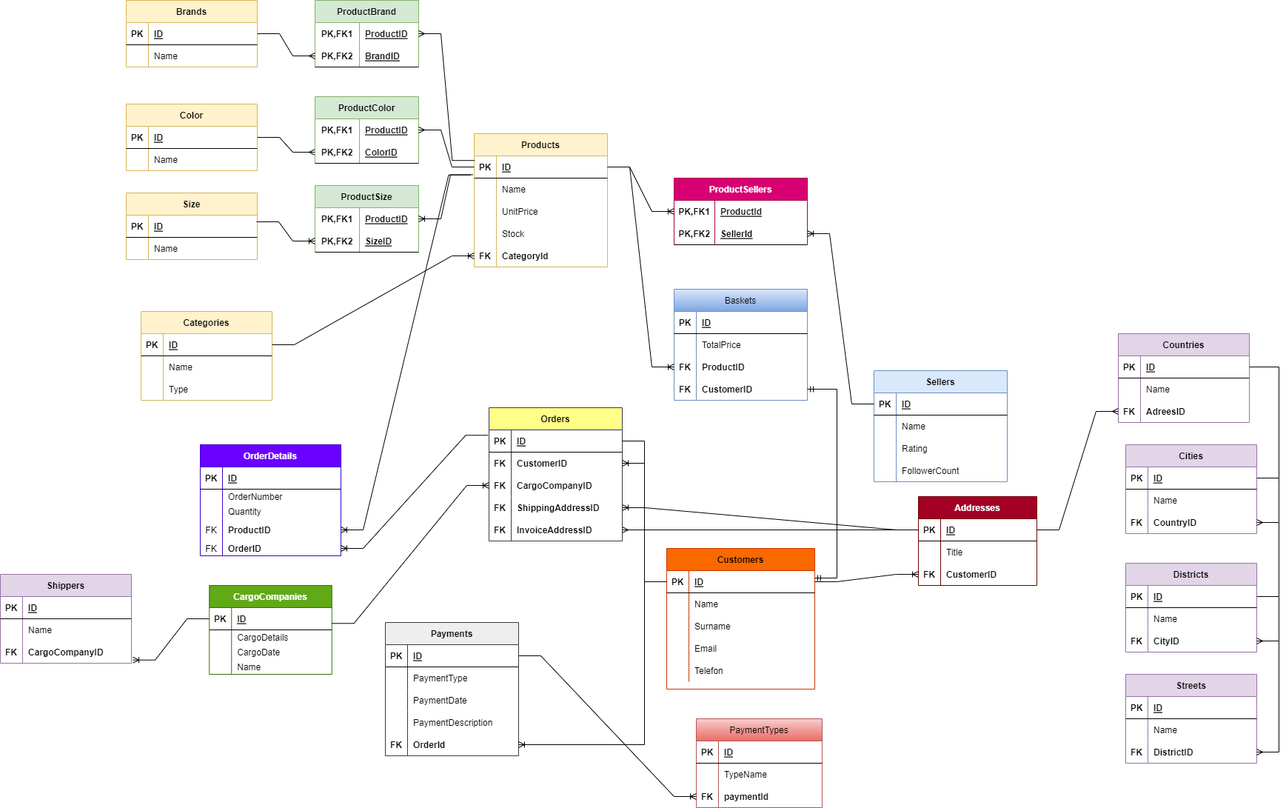
The draw.io diagram ERDiyagramiOdevi.drawio.png in cigdemtok/AkademiEgitimlerim, before a commit. Source tidied: cells renumbered, new cells last; positions are measured from the earlier drawing's top-left corner, leaving out a move shared by most shapes.
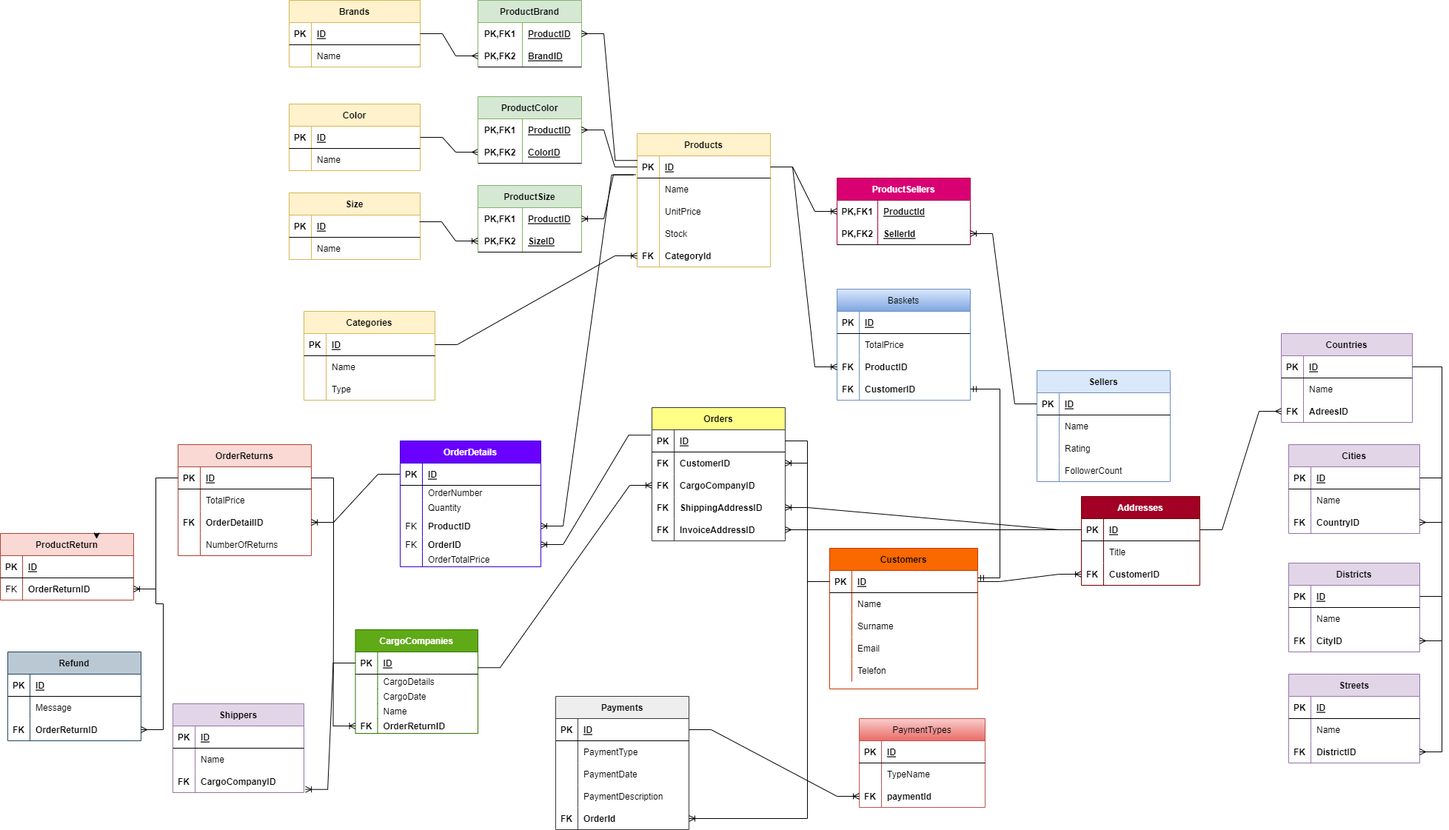
After the commit.

Change to the diagram source:
```diff
@@ -228,7 +228,7 @@
       <mxGeometry relative="1" as="geometry" />
     </mxCell>
     <mxCell id="77" value="CargoCompanies" style="shape=table;startSize=30;rowLines=0;fontStyle=1;align=center;fillColor=#60a917;fontColor=#ffffff;strokeColor=#2D7600;" parent="1" vertex="1">
-      <mxGeometry x="282.2" y="790" width="165.5" height="120" as="geometry" />
+      <mxGeometry x="259.5" y="850" width="165.5" height="140" as="geometry" />
     </mxCell>
     <mxCell id="78" style="shape=tableRow;horizontal=0;startSize=0;swimlaneHead=0;swimlaneBody=0;fillColor=none;points=[[0,0.5],[1,0.5]];portConstraint=eastwest;top=0;left=0;right=0;bottom=1;" parent="77" vertex="1">
       <mxGeometry y="30" width="165.5" height="30" as="geometry" />
@@ -266,6 +266,15 @@
     <mxCell id="89" value="Name" style="shape=partialRectangle;fillColor=none;top=0;left=0;bottom=0;right=0;align=left;spacingLeft=6;overflow=hidden;" parent="87" vertex="1">
       <mxGeometry x="30" width="135.5" height="20" as="geometry" />
     </mxCell>
+    <mxCell id="275" style="shape=tableRow;horizontal=0;startSize=0;swimlaneHead=0;swimlaneBody=0;fillColor=none;points=[[0,0.5],[1,0.5]];portConstraint=eastwest;top=0;left=0;right=0;bottom=0;" parent="77" vertex="1">
+      <mxGeometry y="120" width="165.5" height="20" as="geometry" />
+    </mxCell>
+    <mxCell id="276" value="FK" style="shape=partialRectangle;fillColor=none;top=0;left=0;bottom=0;right=0;overflow=hidden;fontStyle=1;" parent="275" vertex="1">
+      <mxGeometry width="30" height="20" as="geometry" />
+    </mxCell>
+    <mxCell id="277" value="OrderReturnID" style="shape=partialRectangle;fillColor=none;top=0;left=0;bottom=0;right=0;align=left;spacingLeft=6;overflow=hidden;fontStyle=1;" parent="275" vertex="1">
+      <mxGeometry x="30" width="135.5" height="20" as="geometry" />
+    </mxCell>
     <mxCell id="90" value="PaymentTypes" style="shape=table;startSize=30;rowLines=0;fontStyle=0;align=center;fillColor=#f8cecc;gradientColor=#ea6b66;strokeColor=#b85450;" parent="1" vertex="1">
       <mxGeometry x="940" y="970" width="170" height="120" as="geometry" />
     </mxCell>
@@ -297,7 +306,7 @@
       <mxGeometry x="30" width="140" height="30" as="geometry" />
     </mxCell>
     <mxCell id="100" value="OrderDetails" style="shape=table;startSize=30;rowLines=0;fontStyle=1;align=center;fillColor=#6a00ff;fontColor=#ffffff;strokeColor=#3700CC;" parent="1" vertex="1">
-      <mxGeometry x="270" y="600" width="190" height="150" as="geometry" />
+      <mxGeometry x="320" y="595" width="190" height="170" as="geometry" />
     </mxCell>
     <mxCell id="101" style="shape=tableRow;horizontal=0;startSize=0;swimlaneHead=0;swimlaneBody=0;fillColor=none;points=[[0,0.5],[1,0.5]];portConstraint=eastwest;top=0;left=0;right=0;bottom=1;" parent="100" vertex="1">
       <mxGeometry y="30" width="190" height="30" as="geometry" />
@@ -344,8 +353,17 @@
     <mxCell id="115" value="OrderID" style="shape=partialRectangle;fillColor=none;top=0;left=0;bottom=0;right=0;align=left;spacingLeft=6;fontStyle=1;overflow=hidden;" parent="113" vertex="1">
       <mxGeometry x="30" width="160" height="20" as="geometry" />
     </mxCell>
+    <mxCell id="278" style="shape=tableRow;horizontal=0;startSize=0;swimlaneHead=0;swimlaneBody=0;fillColor=none;top=0;left=0;right=0;bottom=0;" parent="100" vertex="1">
+      <mxGeometry y="150" width="190" height="20" as="geometry" />
+    </mxCell>
+    <mxCell id="279" style="shape=partialRectangle;fillColor=none;top=0;left=0;bottom=0;right=0;overflow=hidden;" parent="278" vertex="1">
+      <mxGeometry width="30" height="20" as="geometry" />
+    </mxCell>
+    <mxCell id="280" value="OrderTotalPrice" style="shape=partialRectangle;fillColor=none;top=0;left=0;bottom=0;right=0;align=left;spacingLeft=6;overflow=hidden;" parent="278" vertex="1">
+      <mxGeometry x="30" width="160" height="20" as="geometry" />
+    </mxCell>
     <mxCell id="116" value="Payments" style="shape=table;startSize=30;rowLines=0;fontStyle=1;align=center;fillColor=#eeeeee;strokeColor=#36393d;" parent="1" vertex="1">
-      <mxGeometry x="520" y="840" width="180" height="180" as="geometry" />
+      <mxGeometry x="530" y="940" width="180" height="180" as="geometry" />
     </mxCell>
     <mxCell id="117" style="shape=tableRow;horizontal=0;startSize=0;swimlaneHead=0;swimlaneBody=0;fillColor=none;points=[[0,0.5],[1,0.5]];portConstraint=eastwest;top=0;left=0;right=0;bottom=1;" parent="116" vertex="1">
       <mxGeometry y="30" width="180" height="30" as="geometry" />
@@ -557,7 +575,7 @@
       <mxGeometry relative="1" as="geometry" />
     </mxCell>
     <mxCell id="186" value="Shippers" style="shape=table;startSize=30;rowLines=0;fontStyle=1;align=center;fillColor=#e1d5e7;strokeColor=#9673a6;" parent="1" vertex="1">
-      <mxGeometry y="775" width="177" height="120" as="geometry" />
+      <mxGeometry x="13" y="950" width="177" height="120" as="geometry" />
     </mxCell>
     <mxCell id="187" style="shape=tableRow;horizontal=0;startSize=0;swimlaneHead=0;swimlaneBody=0;fillColor=none;top=0;left=0;right=0;bottom=1;" parent="186" vertex="1">
       <mxGeometry y="30" width="177" height="30" as="geometry" />
@@ -823,5 +841,110 @@
     <mxCell id="274" style="edgeStyle=entityRelationEdgeStyle;fontSize=12;html=1;endArrow=ERoneToMany;rounded=0;exitX=-0.011;exitY=0.847;exitDx=0;exitDy=0;exitPerimeter=0;entryX=1;entryY=0.5;entryDx=0;entryDy=0;" parent="1" edge="1" source="3" target="267">
       <mxGeometry relative="1" as="geometry" />
     </mxCell>
+    <mxCell id="281" value="OrderReturns" style="shape=table;startSize=30;rowLines=0;fontStyle=1;align=center;fillColor=#fad9d5;strokeColor=#ae4132;" parent="1" vertex="1">
+      <mxGeometry x="20" y="600" width="180" height="150" as="geometry" />
+    </mxCell>
+    <mxCell id="282" style="shape=tableRow;horizontal=0;startSize=0;swimlaneHead=0;swimlaneBody=0;fillColor=none;points=[[0,0.5],[1,0.5]];portConstraint=eastwest;top=0;left=0;right=0;bottom=1;" parent="281" vertex="1">
+      <mxGeometry y="30" width="180" height="30" as="geometry" />
+    </mxCell>
+    <mxCell id="283" value="PK" style="shape=partialRectangle;fillColor=none;top=0;left=0;bottom=0;right=0;fontStyle=1;overflow=hidden;" parent="282" vertex="1">
+      <mxGeometry width="30" height="30" as="geometry" />
+    </mxCell>
+    <mxCell id="284" value="ID" style="shape=partialRectangle;fillColor=none;top=0;left=0;bottom=0;right=0;align=left;spacingLeft=6;fontStyle=5;overflow=hidden;" parent="282" vertex="1">
+      <mxGeometry x="30" width="150" height="30" as="geometry" />
+    </mxCell>
+    <mxCell id="285" style="shape=tableRow;horizontal=0;startSize=0;swimlaneHead=0;swimlaneBody=0;fillColor=none;top=0;left=0;right=0;bottom=0;" parent="281" vertex="1">
+      <mxGeometry y="60" width="180" height="30" as="geometry" />
+    </mxCell>
+    <mxCell id="286" style="shape=partialRectangle;fillColor=none;top=0;left=0;bottom=0;right=0;overflow=hidden;" parent="285" vertex="1">
+      <mxGeometry width="30" height="30" as="geometry" />
+    </mxCell>
+    <mxCell id="287" value="TotalPrice" style="shape=partialRectangle;fillColor=none;top=0;left=0;bottom=0;right=0;align=left;spacingLeft=6;overflow=hidden;" parent="285" vertex="1">
+      <mxGeometry x="30" width="150" height="30" as="geometry" />
+    </mxCell>
+    <mxCell id="288" style="shape=tableRow;horizontal=0;startSize=0;swimlaneHead=0;swimlaneBody=0;fillColor=none;points=[[0,0.5],[1,0.5]];portConstraint=eastwest;top=0;left=0;right=0;bottom=0;" parent="281" vertex="1">
+      <mxGeometry y="90" width="180" height="30" as="geometry" />
+    </mxCell>
+    <mxCell id="289" value="FK" style="shape=partialRectangle;fillColor=none;top=0;left=0;bottom=0;right=0;overflow=hidden;fontStyle=1;" parent="288" vertex="1">
+      <mxGeometry width="30" height="30" as="geometry" />
+    </mxCell>
+    <mxCell id="290" value="OrderDetailID" style="shape=partialRectangle;fillColor=none;top=0;left=0;bottom=0;right=0;align=left;spacingLeft=6;overflow=hidden;fontStyle=1;" parent="288" vertex="1">
+      <mxGeometry x="30" width="150" height="30" as="geometry" />
+    </mxCell>
+    <mxCell id="291" style="shape=tableRow;horizontal=0;startSize=0;swimlaneHead=0;swimlaneBody=0;fillColor=none;top=0;left=0;right=0;bottom=0;" parent="281" vertex="1">
+      <mxGeometry y="120" width="180" height="30" as="geometry" />
+    </mxCell>
+    <mxCell id="292" style="shape=partialRectangle;fillColor=none;top=0;left=0;bottom=0;right=0;overflow=hidden;" parent="291" vertex="1">
+      <mxGeometry width="30" height="30" as="geometry" />
+    </mxCell>
+    <mxCell id="293" value="NumberOfReturns" style="shape=partialRectangle;fillColor=none;top=0;left=0;bottom=0;right=0;align=left;spacingLeft=6;overflow=hidden;" parent="291" vertex="1">
+      <mxGeometry x="30" width="150" height="30" as="geometry" />
+    </mxCell>
+    <mxCell id="294" value="ProductReturn" style="shape=table;startSize=30;rowLines=0;fontStyle=1;align=center;fillColor=#fad9d5;strokeColor=#ae4132;" parent="1" vertex="1">
+      <mxGeometry x="-220" y="720" width="180" height="90" as="geometry" />
+    </mxCell>
+    <mxCell id="295" style="shape=tableRow;horizontal=0;startSize=0;swimlaneHead=0;swimlaneBody=0;fillColor=none;top=0;left=0;right=0;bottom=1;" parent="294" vertex="1">
+      <mxGeometry y="30" width="180" height="30" as="geometry" />
+    </mxCell>
+    <mxCell id="296" value="PK" style="shape=partialRectangle;fillColor=none;top=0;left=0;bottom=0;right=0;fontStyle=1;overflow=hidden;" parent="295" vertex="1">
+      <mxGeometry width="30" height="30" as="geometry" />
+    </mxCell>
+    <mxCell id="297" value="ID" style="shape=partialRectangle;fillColor=none;top=0;left=0;bottom=0;right=0;align=left;spacingLeft=6;fontStyle=5;overflow=hidden;" parent="295" vertex="1">
+      <mxGeometry x="30" width="150" height="30" as="geometry" />
+    </mxCell>
+    <mxCell id="298" style="shape=tableRow;horizontal=0;startSize=0;swimlaneHead=0;swimlaneBody=0;fillColor=none;points=[[0,0.5],[1,0.5]];portConstraint=eastwest;top=0;left=0;right=0;bottom=0;" parent="294" vertex="1">
+      <mxGeometry y="60" width="180" height="30" as="geometry" />
+    </mxCell>
+    <mxCell id="299" value="FK" style="shape=partialRectangle;fillColor=none;top=0;left=0;bottom=0;right=0;overflow=hidden;" parent="298" vertex="1">
+      <mxGeometry width="30" height="30" as="geometry" />
+    </mxCell>
+    <mxCell id="300" value="OrderReturnID" style="shape=partialRectangle;fillColor=none;top=0;left=0;bottom=0;right=0;align=left;spacingLeft=6;overflow=hidden;fontStyle=1;" parent="298" vertex="1">
+      <mxGeometry x="30" width="150" height="30" as="geometry" />
+    </mxCell>
+    <mxCell id="301" style="edgeStyle=entityRelationEdgeStyle;fontSize=12;html=1;endArrow=ERoneToMany;rounded=0;entryX=1;entryY=0.5;entryDx=0;entryDy=0;exitX=0;exitY=0.5;exitDx=0;exitDy=0;" parent="1" edge="1" source="282" target="298">
+      <mxGeometry relative="1" as="geometry" />
+    </mxCell>
+    <mxCell id="302" style="edgeStyle=entityRelationEdgeStyle;fontSize=12;html=1;endArrow=ERoneToMany;rounded=0;exitX=0;exitY=0.5;exitDx=0;exitDy=0;entryX=1;entryY=0.5;entryDx=0;entryDy=0;" parent="1" edge="1" source="101" target="288">
+      <mxGeometry relative="1" as="geometry" />
+    </mxCell>
+    <mxCell id="303" style="edgeStyle=orthogonalEdgeStyle;rounded=0;orthogonalLoop=1;jettySize=auto;html=1;exitX=0.75;exitY=0;exitDx=0;exitDy=0;entryX=0.722;entryY=0.083;entryDx=0;entryDy=0;entryPerimeter=0;" parent="1" edge="1" source="294" target="294">
+      <mxGeometry relative="1" as="geometry" />
+    </mxCell>
+    <mxCell id="304" style="edgeStyle=entityRelationEdgeStyle;fontSize=12;html=1;endArrow=ERoneToMany;rounded=0;exitX=1;exitY=0.5;exitDx=0;exitDy=0;entryX=0;entryY=0.5;entryDx=0;entryDy=0;" parent="1" edge="1" source="282" target="275">
+      <mxGeometry relative="1" as="geometry" />
+    </mxCell>
+    <mxCell id="305" value="Refund" style="shape=table;startSize=30;rowLines=0;fontStyle=1;align=center;fillColor=#bac8d3;strokeColor=#23445d;" parent="1" vertex="1">
+      <mxGeometry x="-210" y="880" width="180" height="120" as="geometry" />
+    </mxCell>
+    <mxCell id="306" style="shape=tableRow;horizontal=0;startSize=0;swimlaneHead=0;swimlaneBody=0;fillColor=none;top=0;left=0;right=0;bottom=1;" parent="305" vertex="1">
+      <mxGeometry y="30" width="180" height="30" as="geometry" />
+    </mxCell>
+    <mxCell id="307" value="PK" style="shape=partialRectangle;fillColor=none;top=0;left=0;bottom=0;right=0;fontStyle=1;overflow=hidden;" parent="306" vertex="1">
+      <mxGeometry width="30" height="30" as="geometry" />
+    </mxCell>
+    <mxCell id="308" value="ID" style="shape=partialRectangle;fillColor=none;top=0;left=0;bottom=0;right=0;align=left;spacingLeft=6;fontStyle=5;overflow=hidden;" parent="306" vertex="1">
+      <mxGeometry x="30" width="150" height="30" as="geometry" />
+    </mxCell>
+    <mxCell id="309" style="shape=tableRow;horizontal=0;startSize=0;swimlaneHead=0;swimlaneBody=0;fillColor=none;top=0;left=0;right=0;bottom=0;" parent="305" vertex="1">
+      <mxGeometry y="60" width="180" height="30" as="geometry" />
+    </mxCell>
+    <mxCell id="310" style="shape=partialRectangle;fillColor=none;top=0;left=0;bottom=0;right=0;overflow=hidden;" parent="309" vertex="1">
+      <mxGeometry width="30" height="30" as="geometry" />
+    </mxCell>
+    <mxCell id="311" value="Message" style="shape=partialRectangle;fillColor=none;top=0;left=0;bottom=0;right=0;align=left;spacingLeft=6;overflow=hidden;" parent="309" vertex="1">
+      <mxGeometry x="30" width="150" height="30" as="geometry" />
+    </mxCell>
+    <mxCell id="312" style="shape=tableRow;horizontal=0;startSize=0;swimlaneHead=0;swimlaneBody=0;fillColor=none;points=[[0,0.5],[1,0.5]];portConstraint=eastwest;top=0;left=0;right=0;bottom=0;" parent="305" vertex="1">
+      <mxGeometry y="90" width="180" height="30" as="geometry" />
+    </mxCell>
+    <mxCell id="313" value="FK" style="shape=partialRectangle;fillColor=none;top=0;left=0;bottom=0;right=0;overflow=hidden;fontStyle=1;" parent="312" vertex="1">
+      <mxGeometry width="30" height="30" as="geometry" />
+    </mxCell>
+    <mxCell id="314" value="OrderReturnID" style="shape=partialRectangle;fillColor=none;top=0;left=0;bottom=0;right=0;align=left;spacingLeft=6;overflow=hidden;fontStyle=1;" parent="312" vertex="1">
+      <mxGeometry x="30" width="150" height="30" as="geometry" />
+    </mxCell>
+    <mxCell id="315" style="edgeStyle=entityRelationEdgeStyle;fontSize=12;html=1;endArrow=ERmany;rounded=0;entryX=1;entryY=0.5;entryDx=0;entryDy=0;exitX=0;exitY=0.5;exitDx=0;exitDy=0;" parent="1" edge="1" source="282" target="312">
+      <mxGeometry relative="1" as="geometry" />
+    </mxCell>
   </root>
 </mxGraphModel>
```
